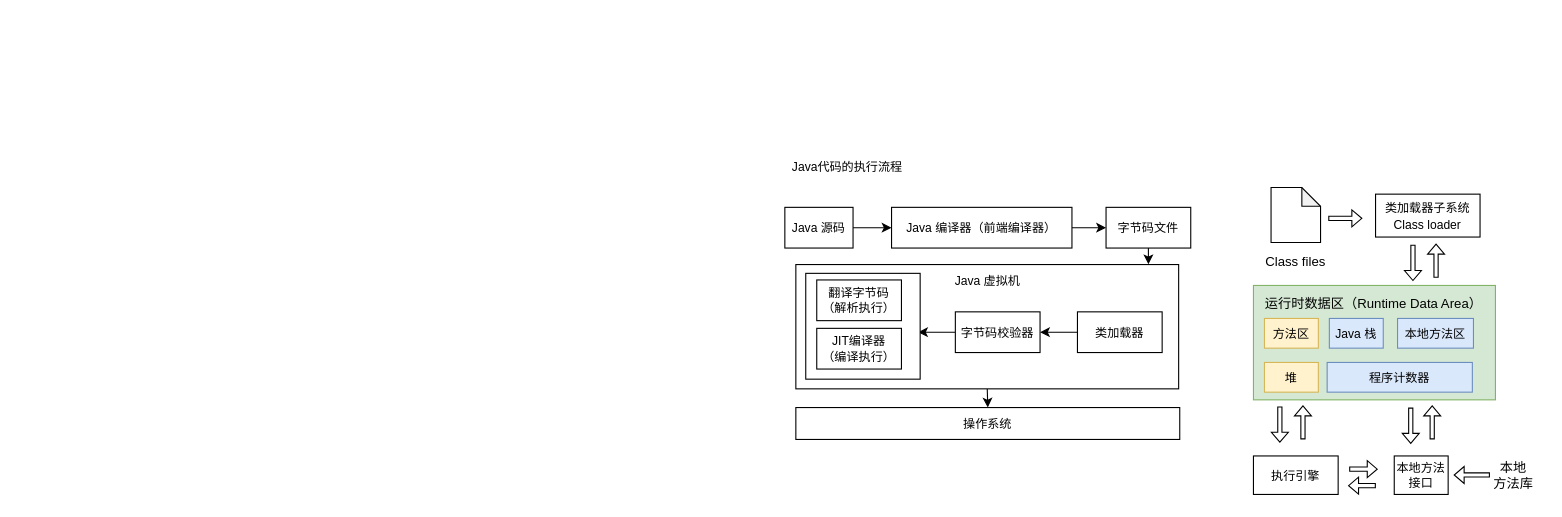
Above: JVM.drawio in huyangdev/zhahuo (draw.io), before the change. Source tidied: cells renumbered, new cells numbered last; positions are measured from the earlier drawing's top-left corner, leaving out a move shared by most shapes. Both pictures are drawn from the tidied source at 110%, with x=0, y=0 at pixel (782, 144).
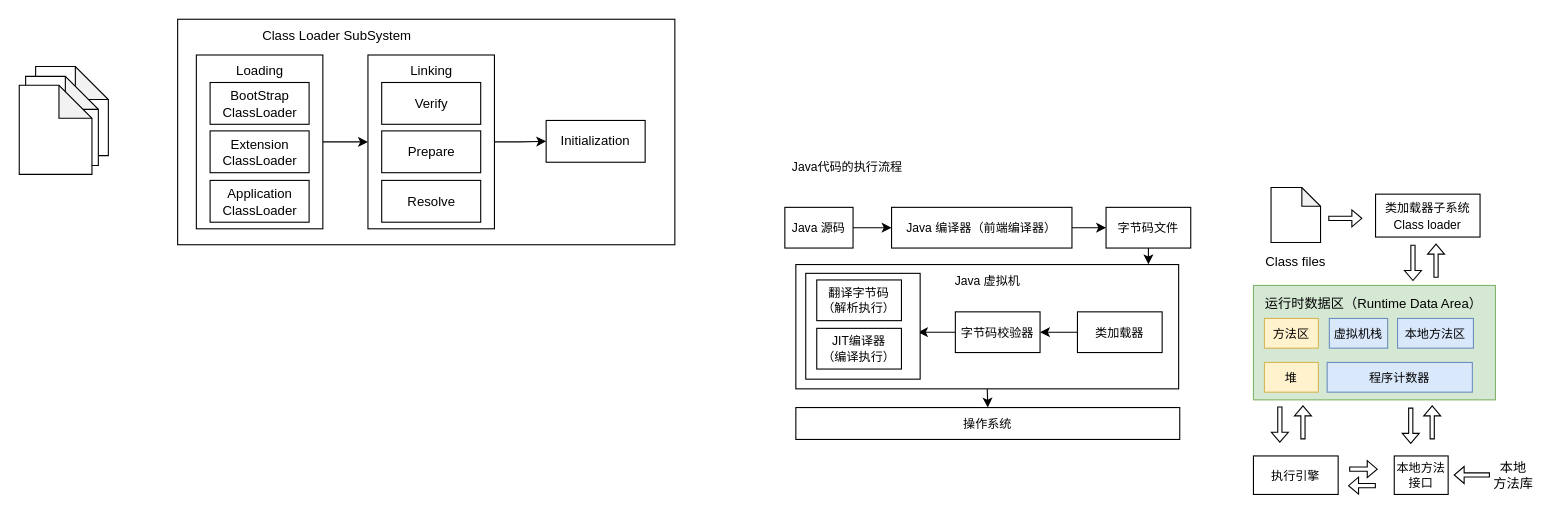
After the change.

Change to the diagram source:
```diff
@@
-    <mxCell id="11" value="Java 栈" style="rounded=0;whiteSpace=wrap;html=1;fontSize=11;fillColor=#dae8fc;strokeColor=#6c8ebf;" parent="1" vertex="1">
-      <mxGeometry x="497" y="158" width="49" height="27" as="geometry" />
+    <mxCell id="11" value="虚拟机栈" style="rounded=0;whiteSpace=wrap;html=1;fontSize=11;fillColor=#dae8fc;strokeColor=#6c8ebf;" parent="1" vertex="1">
+      <mxGeometry x="497" y="158" width="53" height="27" as="geometry" />
     </mxCell>
@@
+    <mxCell id="43" style="group;" parent="1" vertex="1">
+      <mxGeometry x="-694" y="-71" width="81" height="98" as="geometry" />
+    </mxCell>
+    <mxCell id="44" style="shape=note;whiteSpace=wrap;html=1;backgroundOutline=1;darkOpacity=0.05;" parent="43" vertex="1">
+      <mxGeometry x="14.9" width="66.1" height="81" as="geometry" />
+    </mxCell>
+    <mxCell id="45" style="shape=note;whiteSpace=wrap;html=1;backgroundOutline=1;darkOpacity=0.05;" parent="43" vertex="1">
+      <mxGeometry x="5.8" y="8.9" width="66.1" height="81" as="geometry" />
+    </mxCell>
+    <mxCell id="46" style="shape=note;whiteSpace=wrap;html=1;backgroundOutline=1;darkOpacity=0.05;" parent="43" vertex="1">
+      <mxGeometry y="17" width="66.1" height="81" as="geometry" />
+    </mxCell>
+    <mxCell id="47" style="rounded=0;whiteSpace=wrap;html=1;" parent="1" vertex="1">
+      <mxGeometry x="-550" y="-114" width="452" height="205" as="geometry" />
+    </mxCell>
+    <mxCell id="48" style="edgeStyle=orthogonalEdgeStyle;rounded=0;jettySize=auto;html=1;exitX=1;exitY=0.5;exitDx=0;exitDy=0;entryX=0;entryY=0.5;entryDx=0;entryDy=0;" parent="1" edge="1" source="49" target="55">
+      <mxGeometry relative="1" as="geometry" />
+    </mxCell>
+    <mxCell id="49" style="rounded=0;whiteSpace=wrap;html=1;" parent="1" vertex="1">
+      <mxGeometry x="-533" y="-81.5" width="115" height="158" as="geometry" />
+    </mxCell>
+    <mxCell id="50" value="BootStrap&lt;br&gt;ClassLoader" style="rounded=0;whiteSpace=wrap;html=1;" parent="1" vertex="1">
+      <mxGeometry x="-520.5" y="-56.5" width="90" height="38" as="geometry" />
+    </mxCell>
+    <mxCell id="51" value="Loading" style="text;html=1;strokeColor=none;fillColor=none;align=center;verticalAlign=middle;whiteSpace=wrap;rounded=0;" parent="1" vertex="1">
+      <mxGeometry x="-505.5" y="-82.5" width="60" height="30" as="geometry" />
+    </mxCell>
+    <mxCell id="52" value="Extension&lt;br&gt;ClassLoader" style="rounded=0;whiteSpace=wrap;html=1;" parent="1" vertex="1">
+      <mxGeometry x="-520.5" y="-12.5" width="90" height="38" as="geometry" />
+    </mxCell>
+    <mxCell id="53" value="Application&lt;br&gt;ClassLoader" style="rounded=0;whiteSpace=wrap;html=1;" parent="1" vertex="1">
+      <mxGeometry x="-520.5" y="32.5" width="90" height="38" as="geometry" />
+    </mxCell>
+    <mxCell id="54" style="edgeStyle=orthogonalEdgeStyle;rounded=0;jettySize=auto;html=1;exitX=1;exitY=0.5;exitDx=0;exitDy=0;" parent="1" edge="1" source="55" target="60">
+      <mxGeometry relative="1" as="geometry" />
+    </mxCell>
+    <mxCell id="55" style="rounded=0;whiteSpace=wrap;html=1;" parent="1" vertex="1">
+      <mxGeometry x="-377" y="-81.5" width="115" height="158" as="geometry" />
+    </mxCell>
+    <mxCell id="56" value="Verify" style="rounded=0;whiteSpace=wrap;html=1;" parent="1" vertex="1">
+      <mxGeometry x="-364.5" y="-56.5" width="90" height="38" as="geometry" />
+    </mxCell>
+    <mxCell id="57" value="Linking" style="text;html=1;strokeColor=none;fillColor=none;align=center;verticalAlign=middle;whiteSpace=wrap;rounded=0;" parent="1" vertex="1">
+      <mxGeometry x="-349.5" y="-82.5" width="60" height="30" as="geometry" />
+    </mxCell>
+    <mxCell id="58" value="Prepare" style="rounded=0;whiteSpace=wrap;html=1;" parent="1" vertex="1">
+      <mxGeometry x="-364.5" y="-12.5" width="90" height="38" as="geometry" />
+    </mxCell>
+    <mxCell id="59" value="Resolve" style="rounded=0;whiteSpace=wrap;html=1;" parent="1" vertex="1">
+      <mxGeometry x="-364.5" y="32.5" width="90" height="38" as="geometry" />
+    </mxCell>
+    <mxCell id="60" value="Initialization" style="rounded=0;whiteSpace=wrap;html=1;" parent="1" vertex="1">
+      <mxGeometry x="-215" y="-22" width="90" height="38" as="geometry" />
+    </mxCell>
+    <mxCell id="61" value="Class Loader SubSystem" style="text;html=1;strokeColor=none;fillColor=none;align=center;verticalAlign=middle;whiteSpace=wrap;rounded=0;" parent="1" vertex="1">
+      <mxGeometry x="-481" y="-114" width="152" height="30" as="geometry" />
+    </mxCell>
```
